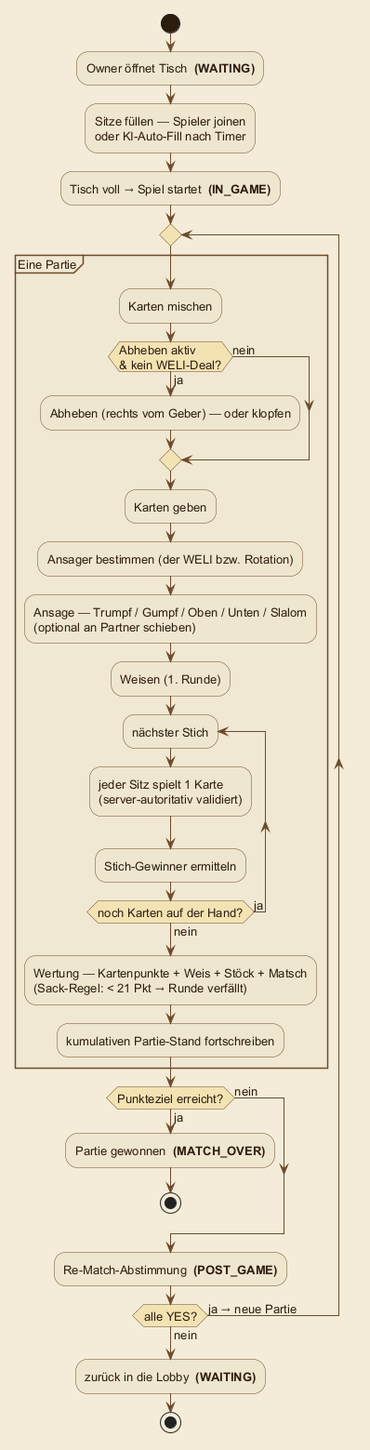
This is assets/diagrams/game-loop.png from matthili/Heb_Ab-OpenSource_OnlineJass, a PlantUML export, as it was before one commit. Its diagram source:
```plantuml
@startuml game-loop
skinparam backgroundColor #F4ECD8
skinparam shadowing false
skinparam defaultFontName "DejaVu Sans"
skinparam defaultFontColor #2E1C0E
skinparam defaultFontSize 13
skinparam ArrowColor #6B4A2B
skinparam ArrowFontColor #2E1C0E
skinparam activityBorderColor #6B4A2B
skinparam activityBackgroundColor #EFE6CF
skinparam activityDiamondBackgroundColor #F3E3B3
skinparam activityDiamondBorderColor #6B4A2B
skinparam activityStartColor #2E1C0E
skinparam activityEndColor #2E1C0E
skinparam partitionBorderColor #6B4A2B
skinparam partitionBackgroundColor #F0E8D2

start
:Owner öffnet Tisch  <b>(WAITING)</b>;
:Sitze füllen — Spieler joinen\noder KI-Auto-Fill nach Timer;
:Tisch voll → Spiel startet  <b>(IN_GAME)</b>;

repeat
  partition "Eine Partie" {
    :Karten mischen;
    if (Abheben aktiv\n& kein WELI-Deal?) then (ja)
      :Abheben (rechts vom Geber) — oder klopfen;
    else (nein)
    endif
    :Karten geben;
    :Ansager bestimmen (der WELI bzw. Rotation);
    :Ansage — Trumpf / Gumpf / Oben / Unten / Slalom\n(optional an Partner schieben);
    :Weisen (1. Runde);
    repeat :nächster Stich;
      :jeder Sitz spielt 1 Karte\n(server-autoritativ validiert);
      :Stich-Gewinner ermitteln;
    repeat while (noch Karten auf der Hand?) is (ja) not (nein)
    :Wertung — Kartenpunkte + Weis + Stöck + Matsch\n(Sack-Regel: < 21 Pkt → Runde verfällt);
    :kumulativen Partie-Stand fortschreiben;
  }
  if (Punkteziel erreicht?) then (ja)
    :Partie gewonnen  <b>(MATCH_OVER)</b>;
    stop
  else (nein)
  endif
  :Re-Match-Abstimmung  <b>(POST_GAME)</b>;
repeat while (alle YES?) is (ja → neue Partie) not (nein)

:zurück in die Lobby  <b>(WAITING)</b>;
stop
@enduml
```
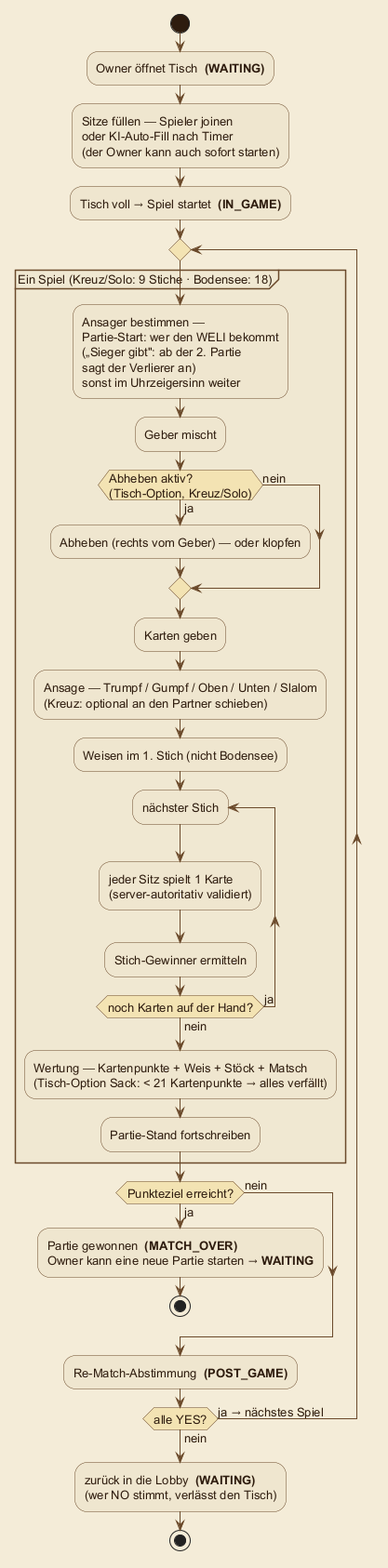
Above is the later version.

Change to the diagram source:
```diff
@@ -17,35 +17,35 @@
 
 start
 :Owner öffnet Tisch  <b>(WAITING)</b>;
-:Sitze füllen — Spieler joinen\noder KI-Auto-Fill nach Timer;
+:Sitze füllen — Spieler joinen\noder KI-Auto-Fill nach Timer\n(der Owner kann auch sofort starten);
 :Tisch voll → Spiel startet  <b>(IN_GAME)</b>;
 
 repeat
-  partition "Eine Partie" {
-    :Karten mischen;
-    if (Abheben aktiv\n& kein WELI-Deal?) then (ja)
+  partition "Ein Spiel (Kreuz/Solo: 9 Stiche · Bodensee: 18)" {
+    :Ansager bestimmen —\nPartie-Start: wer den WELI bekommt\n(„Sieger gibt": ab der 2. Partie\nsagt der Verlierer an)\nsonst im Uhrzeigersinn weiter;
+    :Geber mischt;
+    if (Abheben aktiv?\n(Tisch-Option, Kreuz/Solo)) then (ja)
       :Abheben (rechts vom Geber) — oder klopfen;
     else (nein)
     endif
     :Karten geben;
-    :Ansager bestimmen (der WELI bzw. Rotation);
-    :Ansage — Trumpf / Gumpf / Oben / Unten / Slalom\n(optional an Partner schieben);
-    :Weisen (1. Runde);
+    :Ansage — Trumpf / Gumpf / Oben / Unten / Slalom\n(Kreuz: optional an den Partner schieben);
+    :Weisen im 1. Stich (nicht Bodensee);
     repeat :nächster Stich;
       :jeder Sitz spielt 1 Karte\n(server-autoritativ validiert);
       :Stich-Gewinner ermitteln;
     repeat while (noch Karten auf der Hand?) is (ja) not (nein)
-    :Wertung — Kartenpunkte + Weis + Stöck + Matsch\n(Sack-Regel: < 21 Pkt → Runde verfällt);
-    :kumulativen Partie-Stand fortschreiben;
+    :Wertung — Kartenpunkte + Weis + Stöck + Matsch\n(Tisch-Option Sack: < 21 Kartenpunkte → alles verfällt);
+    :Partie-Stand fortschreiben;
   }
   if (Punkteziel erreicht?) then (ja)
-    :Partie gewonnen  <b>(MATCH_OVER)</b>;
+    :Partie gewonnen  <b>(MATCH_OVER)</b>\nOwner kann eine neue Partie starten → <b>WAITING</b>;
     stop
   else (nein)
   endif
   :Re-Match-Abstimmung  <b>(POST_GAME)</b>;
-repeat while (alle YES?) is (ja → neue Partie) not (nein)
+repeat while (alle YES?) is (ja → nächstes Spiel) not (nein)
 
-:zurück in die Lobby  <b>(WAITING)</b>;
+:zurück in die Lobby  <b>(WAITING)</b>\n(wer NO stimmt, verlässt den Tisch);
 stop
 @enduml
```
